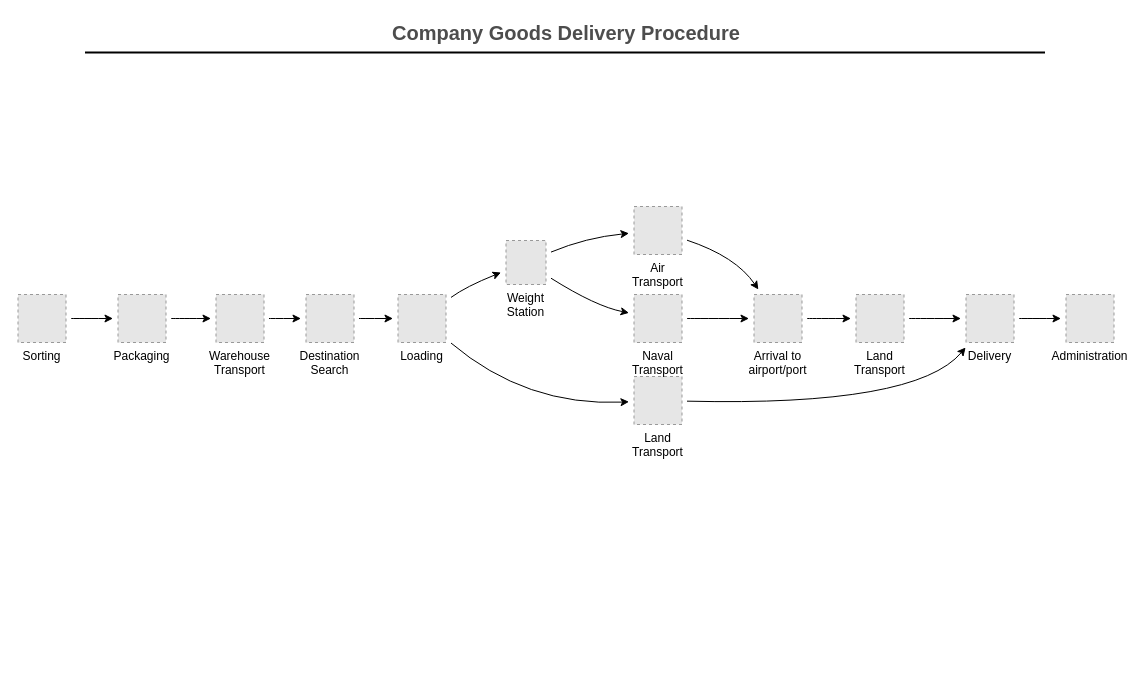
cgerull/ci-scripts keeps this draw.io diagram as Untitled Diagram.drawio. Above is the earlier version. Source tidied: cells renumbered, new cells numbered last; positions are measured from the earlier drawing's top-left corner, leaving out a move shared by most shapes. Both pictures are drawn from the tidied source at 100%, with x=0, y=0 at pixel (17, 17). Pictures stored in the file or linked from it are replaced by grey dashed boxes.
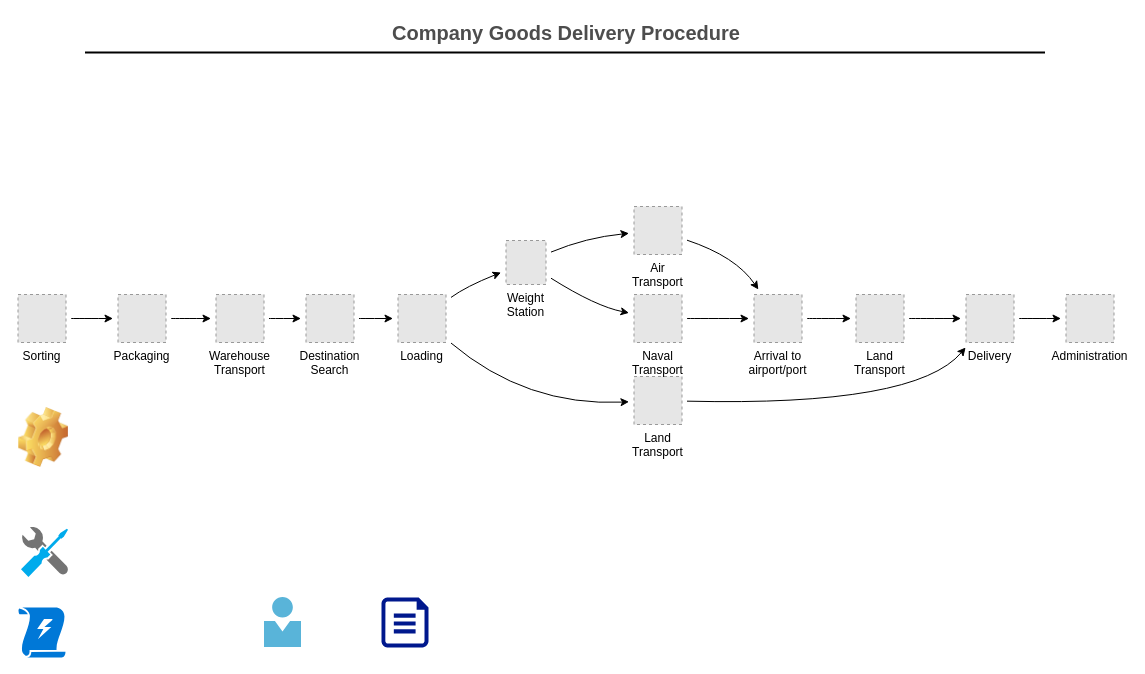
The same page after the edit.

Diff of the diagram source:
```diff
@@
+    <mxCell id="31" style="shape=image;html=1;verticalLabelPosition=bottom;verticalAlign=top;imageAspect=0;image=img/clipart/Gear_128x128.png;" parent="1" vertex="1">
+      <mxGeometry x="1" y="390" width="50" height="60" as="geometry" />
+    </mxCell>
+    <mxCell id="32" style="image;sketch=0;html=1;align=center;fontSize=12;image=img/lib/mscae/Developer_Tools.svg;" parent="1" vertex="1">
+      <mxGeometry x="4" y="510" width="47" height="50" as="geometry" />
+    </mxCell>
+    <mxCell id="33" style="sketch=0;shadow=0;dashed=0;html=1;strokeColor=none;labelPosition=center;verticalLabelPosition=bottom;verticalAlign=top;align=center;shape=mxgraph.mscae.enterprise.triggers;fillColor=#0078D7;" parent="1" vertex="1">
+      <mxGeometry x="1" y="590" width="47" height="50" as="geometry" />
+    </mxCell>
+    <mxCell id="34" style="image;sketch=0;html=1;align=center;fontSize=12;image=img/lib/mscae/Person.svg;" parent="1" vertex="1">
+      <mxGeometry x="247" y="580" width="37" height="50" as="geometry" />
+    </mxCell>
+    <mxCell id="35" style="sketch=0;shadow=0;dashed=0;html=1;strokeColor=none;labelPosition=center;verticalLabelPosition=bottom;verticalAlign=top;align=center;fillColor=#00188D;shape=mxgraph.azure.file;" parent="1" vertex="1">
+      <mxGeometry x="364" y="580" width="47" height="50" as="geometry" />
+    </mxCell>
```
